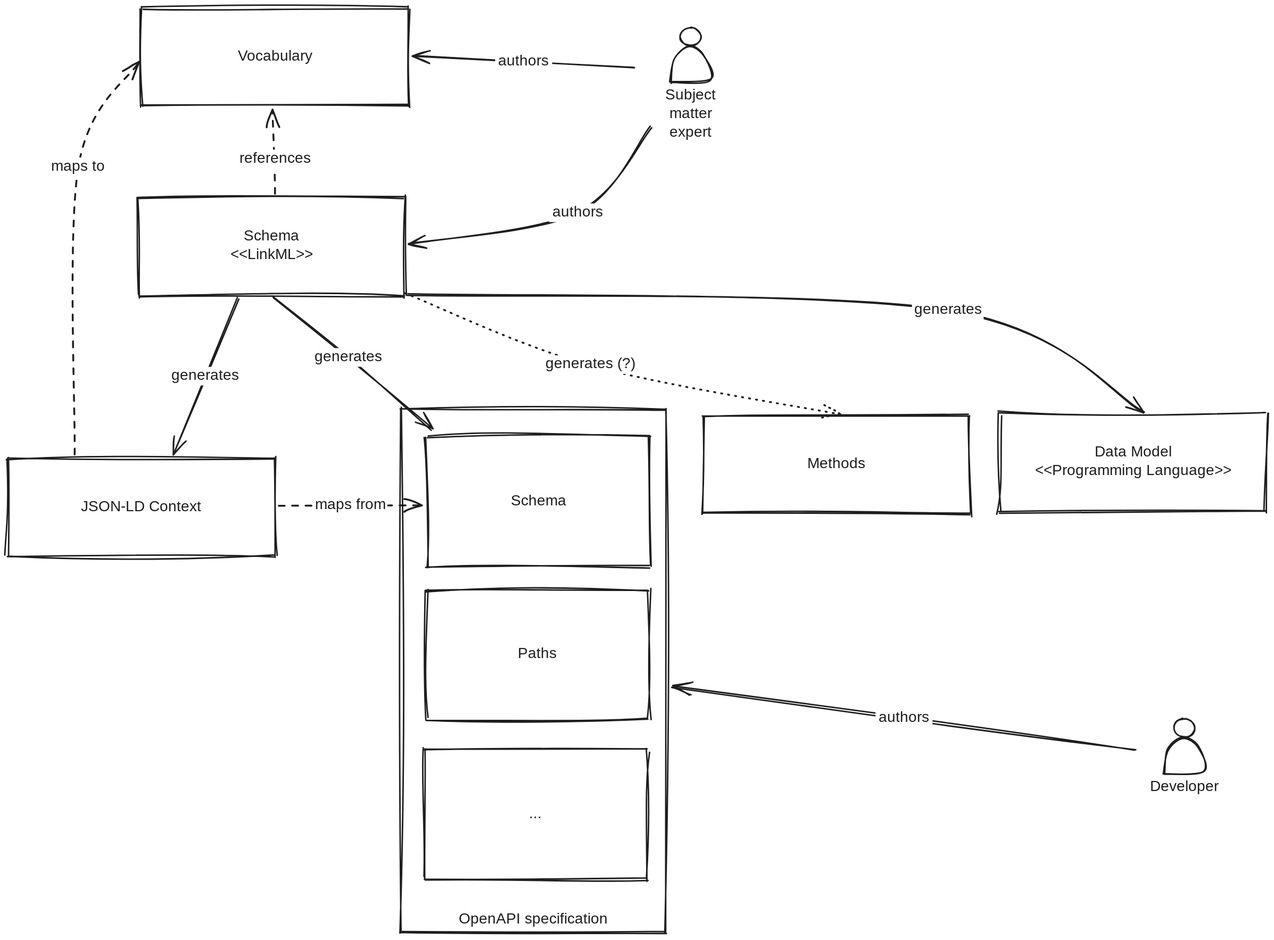
The Excalidraw diagram content/Attachments/Mapping LD URIs between Vocabularies and APIs 2024-04-30 17.38.44.excalidraw.light.svg in bartkl/bartkl.github.io, before a commit. Source tidied: one line per element, renumbered; positions are measured from the earlier drawing's top-left corner, leaving out a move shared by most shapes. Its diagram source:
```json
{"id": 0, "type": "rectangle", "strokeColor": "#1e1e1e", "strokeWidth": 2, "roughness": 2, "x": 635, "y": 538, "width": 355, "height": 704}
{"id": 1, "type": "text", "text": "OpenAPI specification", "strokeColor": "#1e1e1e", "strokeWidth": 2, "roughness": 2, "fontSize": 20, "fontFamily": 1, "textAlign": "center", "verticalAlign": "bottom", "inside": 0, "x": 707, "y": 1212, "width": 212, "height": 25}
{"id": 2, "type": "rectangle", "strokeColor": "#1e1e1e", "strokeWidth": 2, "roughness": 2, "x": 670, "y": 576, "width": 299, "height": 174}
{"id": 3, "type": "text", "text": "Schema", "strokeColor": "#1e1e1e", "strokeWidth": 2, "roughness": 2, "fontSize": 20, "fontFamily": 1, "textAlign": "center", "verticalAlign": "middle", "inside": 2, "x": 785, "y": 651, "width": 69, "height": 25}
{"id": 4, "type": "ellipse", "strokeColor": "#1e1e1e", "strokeWidth": 2, "roughness": 1, "opacity": 0, "x": 1629, "y": 949, "width": 117, "height": 117}
{"id": 5, "type": "line", "strokeColor": "#1e1e1e", "strokeWidth": 2, "roughness": 1, "round": true, "x": 1659, "y": 1029, "width": 54, "height": 48, "points": [[0, 0], [6, -32], [26, -48], [46, -36], [54, -3], [0, 0]]}
{"id": 6, "type": "ellipse", "strokeColor": "#1e1e1e", "strokeWidth": 2, "roughness": 1, "x": 1672, "y": 955, "width": 28, "height": 24}
{"id": 7, "type": "text", "text": "Developer", "strokeColor": "#1e1e1e", "strokeWidth": 2, "roughness": 1, "fontSize": 20, "fontFamily": 1, "textAlign": "center", "x": 1639, "y": 1035, "width": 94, "height": 25}
{"id": 8, "type": "arrow", "strokeColor": "#1e1e1e", "strokeWidth": 2, "roughness": 2, "endArrowhead": "arrow", "from": 4, "to": 0, "x": 1620, "y": 997, "width": 619, "height": 85, "points": [[0, 0], [-619, -85]]}
{"id": 9, "type": "text", "text": "authors", "strokeColor": "#1e1e1e", "strokeWidth": 2, "roughness": 2, "fontSize": 20, "fontFamily": 1, "textAlign": "center", "verticalAlign": "middle", "inside": 8, "x": 86, "y": 873, "width": 76, "height": 25}
{"id": 10, "type": "rectangle", "strokeColor": "#1e1e1e", "strokeWidth": 2, "roughness": 2, "x": 666, "y": 996, "width": 299, "height": 174}
{"id": 11, "type": "text", "text": "...", "strokeColor": "#1e1e1e", "strokeWidth": 2, "roughness": 2, "fontSize": 20, "fontFamily": 1, "textAlign": "center", "verticalAlign": "middle", "inside": 10, "x": 807, "y": 1071, "width": 16, "height": 25}
{"id": 12, "type": "rectangle", "strokeColor": "#1e1e1e", "strokeWidth": 2, "roughness": 2, "x": 107, "y": 605, "width": 358, "height": 132}
{"id": 13, "type": "text", "text": "JSON-LD Context", "strokeColor": "#1e1e1e", "strokeWidth": 2, "roughness": 2, "fontSize": 20, "fontFamily": 1, "textAlign": "center", "verticalAlign": "middle", "inside": 12, "x": 198, "y": 659, "width": 176, "height": 25}
{"id": 14, "type": "ellipse", "strokeColor": "#1e1e1e", "strokeWidth": 2, "roughness": 1, "opacity": 0, "x": 966, "y": 21, "width": 117, "height": 117}
{"id": 15, "type": "line", "strokeColor": "#1e1e1e", "strokeWidth": 2, "roughness": 1, "round": true, "x": 996, "y": 101, "width": 54, "height": 48, "points": [[0, 0], [6, -32], [26, -48], [46, -36], [54, -3], [0, 0]]}
{"id": 16, "type": "ellipse", "strokeColor": "#1e1e1e", "strokeWidth": 2, "roughness": 1, "x": 1010, "y": 27, "width": 28, "height": 24}
{"id": 17, "type": "text", "text": "Subject\nmatter\nexpert", "strokeColor": "#1e1e1e", "strokeWidth": 2, "roughness": 1, "fontSize": 20, "fontFamily": 1, "textAlign": "center", "x": 987, "y": 106, "width": 73, "height": 75}
{"id": 18, "type": "rectangle", "strokeColor": "#1e1e1e", "strokeWidth": 2, "roughness": 2, "x": 287, "y": 0, "width": 358, "height": 132}
{"id": 19, "type": "text", "text": "Vocabulary", "strokeColor": "#1e1e1e", "strokeWidth": 2, "roughness": 2, "fontSize": 20, "fontFamily": 1, "textAlign": "center", "verticalAlign": "middle", "inside": 18, "x": 414, "y": 54, "width": 103, "height": 25}
{"id": 20, "type": "arrow", "strokeColor": "#1e1e1e", "strokeWidth": 2, "roughness": 1, "endArrowhead": "arrow", "round": true, "from": 14, "to": 18, "x": 947, "y": 80, "width": 295, "height": 14, "points": [[0, 0], [-295, -14]]}
{"id": 21, "type": "text", "text": "authors", "strokeColor": "#1e1e1e", "strokeWidth": 2, "roughness": 1, "fontSize": 20, "fontFamily": 1, "textAlign": "center", "verticalAlign": "middle", "inside": 20, "x": 744, "y": 164, "width": 76, "height": 25}
{"id": 22, "type": "rectangle", "strokeColor": "#1e1e1e", "strokeWidth": 2, "roughness": 2, "x": 282, "y": 254, "width": 358, "height": 132}
{"id": 23, "type": "text", "text": "Schema\n<<LinkML>>", "strokeColor": "#1e1e1e", "strokeWidth": 2, "roughness": 1, "fontSize": 20, "fontFamily": 1, "textAlign": "center", "verticalAlign": "middle", "inside": 22, "x": 408, "y": 295, "width": 106, "height": 50}
{"id": 24, "type": "arrow", "strokeColor": "#1e1e1e", "strokeWidth": 2, "roughness": 1, "endArrowhead": "arrow", "round": true, "from": 17, "to": 22, "x": 970, "y": 160, "width": 326, "height": 158, "points": [[0, 0], [-98, 115], [-326, 158]]}
{"id": 25, "type": "text", "text": "authors", "strokeColor": "#1e1e1e", "strokeWidth": 2, "roughness": 1, "fontSize": 20, "fontFamily": 1, "textAlign": "center", "verticalAlign": "middle", "inside": 24, "x": 752, "y": 289, "width": 76, "height": 25}
{"id": 26, "type": "arrow", "strokeColor": "#1e1e1e", "strokeWidth": 2, "strokeStyle": "dashed", "roughness": 1, "endArrowhead": "arrow", "round": true, "from": 22, "to": 18, "x": 465, "y": 251, "width": 2, "height": 115, "points": [[0, 0], [1, -48], [-1, -115]]}
{"id": 27, "type": "text", "text": "references", "strokeColor": "#1e1e1e", "strokeWidth": 2, "strokeStyle": "dashed", "roughness": 1, "fontSize": 20, "fontFamily": 1, "textAlign": "center", "verticalAlign": "middle", "inside": 26, "x": 414, "y": 196, "width": 101, "height": 25}
{"id": 28, "type": "arrow", "strokeColor": "#1e1e1e", "strokeWidth": 2, "strokeStyle": "dashed", "roughness": 1, "endArrowhead": "arrow", "round": true, "from": 12, "to": 18, "x": 196, "y": 601, "width": 88, "height": 527, "points": [[0, 0], [5, -387], [88, -527]]}
{"id": 29, "type": "text", "text": "maps to", "strokeColor": "#1e1e1e", "strokeWidth": 2, "roughness": 1, "fontSize": 20, "fontFamily": 1, "textAlign": "center", "verticalAlign": "middle", "inside": 28, "x": 0, "y": 125, "width": 79, "height": 25}
{"id": 30, "type": "rectangle", "strokeColor": "#1e1e1e", "strokeWidth": 2, "roughness": 2, "x": 668, "y": 782, "width": 299, "height": 174}
{"id": 31, "type": "text", "text": "Paths", "strokeColor": "#1e1e1e", "strokeWidth": 2, "roughness": 2, "fontSize": 20, "fontFamily": 1, "textAlign": "center", "verticalAlign": "middle", "inside": 30, "x": 788, "y": 856, "width": 59, "height": 25}
{"id": 32, "type": "arrow", "strokeColor": "#1e1e1e", "strokeWidth": 2, "roughness": 1, "endArrowhead": "arrow", "round": true, "from": 22, "to": 2, "x": 463, "y": 388, "width": 214, "height": 179, "points": [[0, 0], [101, 82], [214, 179]]}
{"id": 33, "type": "text", "text": "generates", "strokeColor": "#1e1e1e", "strokeWidth": 2, "strokeStyle": "dashed", "roughness": 1, "fontSize": 20, "fontFamily": 1, "textAlign": "center", "verticalAlign": "middle", "inside": 32, "x": 415, "y": 429, "width": 96, "height": 25}
{"id": 34, "type": "arrow", "strokeColor": "#1e1e1e", "strokeWidth": 2, "roughness": 1, "endArrowhead": "arrow", "round": true, "from": 22, "to": 12, "x": 416, "y": 391, "width": 87, "height": 209, "points": [[0, 0], [-87, 209]]}
{"id": 35, "type": "text", "text": "generates", "strokeColor": "#1e1e1e", "strokeWidth": 2, "roughness": 1, "fontSize": 20, "fontFamily": 1, "textAlign": "center", "verticalAlign": "middle", "inside": 34, "x": 125, "y": 364, "width": 96, "height": 25}
{"id": 36, "type": "rectangle", "strokeColor": "#1e1e1e", "strokeWidth": 2, "roughness": 2, "x": 1439, "y": 544, "width": 358, "height": 132}
{"id": 37, "type": "text", "text": "Data Model\n<<Programming Language>>", "strokeColor": "#1e1e1e", "strokeWidth": 2, "roughness": 2, "fontSize": 20, "fontFamily": 1, "textAlign": "center", "verticalAlign": "middle", "inside": 36, "x": 1489, "y": 586, "width": 258, "height": 50}
{"id": 38, "type": "rectangle", "strokeColor": "#1e1e1e", "strokeWidth": 2, "roughness": 2, "x": 1041, "y": 548, "width": 358, "height": 132}
{"id": 39, "type": "text", "text": "Methods", "strokeColor": "#1e1e1e", "strokeWidth": 2, "roughness": 2, "fontSize": 20, "fontFamily": 1, "textAlign": "center", "verticalAlign": "middle", "inside": 38, "x": 1179, "y": 601, "width": 81, "height": 25}
{"id": 40, "type": "arrow", "strokeColor": "#1e1e1e", "strokeWidth": 2, "roughness": 1, "endArrowhead": "arrow", "round": true, "from": 22, "to": 36, "x": 644, "y": 385, "width": 989, "height": 159, "points": [[0, 0], [725, 21], [989, 159]]}
{"id": 41, "type": "text", "text": "generates", "strokeColor": "#1e1e1e", "strokeWidth": 2, "roughness": 1, "fontSize": 20, "fontFamily": 1, "textAlign": "center", "verticalAlign": "middle", "inside": 40, "x": 54, "y": 579, "width": 96, "height": 25}
{"id": 42, "type": "arrow", "strokeColor": "#1e1e1e", "strokeWidth": 2, "strokeStyle": "dashed", "roughness": 1, "endArrowhead": "arrow", "round": true, "from": 12, "to": 2, "x": 471, "y": 670, "width": 193, "height": 2, "points": [[0, 0], [193, -2]]}
{"id": 43, "type": "text", "text": "maps from", "strokeColor": "#1e1e1e", "strokeWidth": 2, "roughness": 1, "fontSize": 20, "fontFamily": 1, "textAlign": "center", "verticalAlign": "middle", "inside": 42, "x": 545, "y": 656, "width": 99, "height": 25}
{"id": 44, "type": "arrow", "strokeColor": "#1e1e1e", "strokeWidth": 2, "strokeStyle": "dotted", "roughness": 1, "endArrowhead": "arrow", "round": true, "from": 22, "to": 38, "x": 641, "y": 385, "width": 585, "height": 162, "points": [[0, 0], [248, 95], [585, 162]]}
{"id": 45, "type": "text", "text": "generates (?)", "strokeColor": "#1e1e1e", "strokeWidth": 2, "strokeStyle": "dashed", "roughness": 1, "fontSize": 20, "fontFamily": 1, "textAlign": "center", "verticalAlign": "middle", "inside": 44, "x": 868, "y": 453, "width": 131, "height": 25}
```
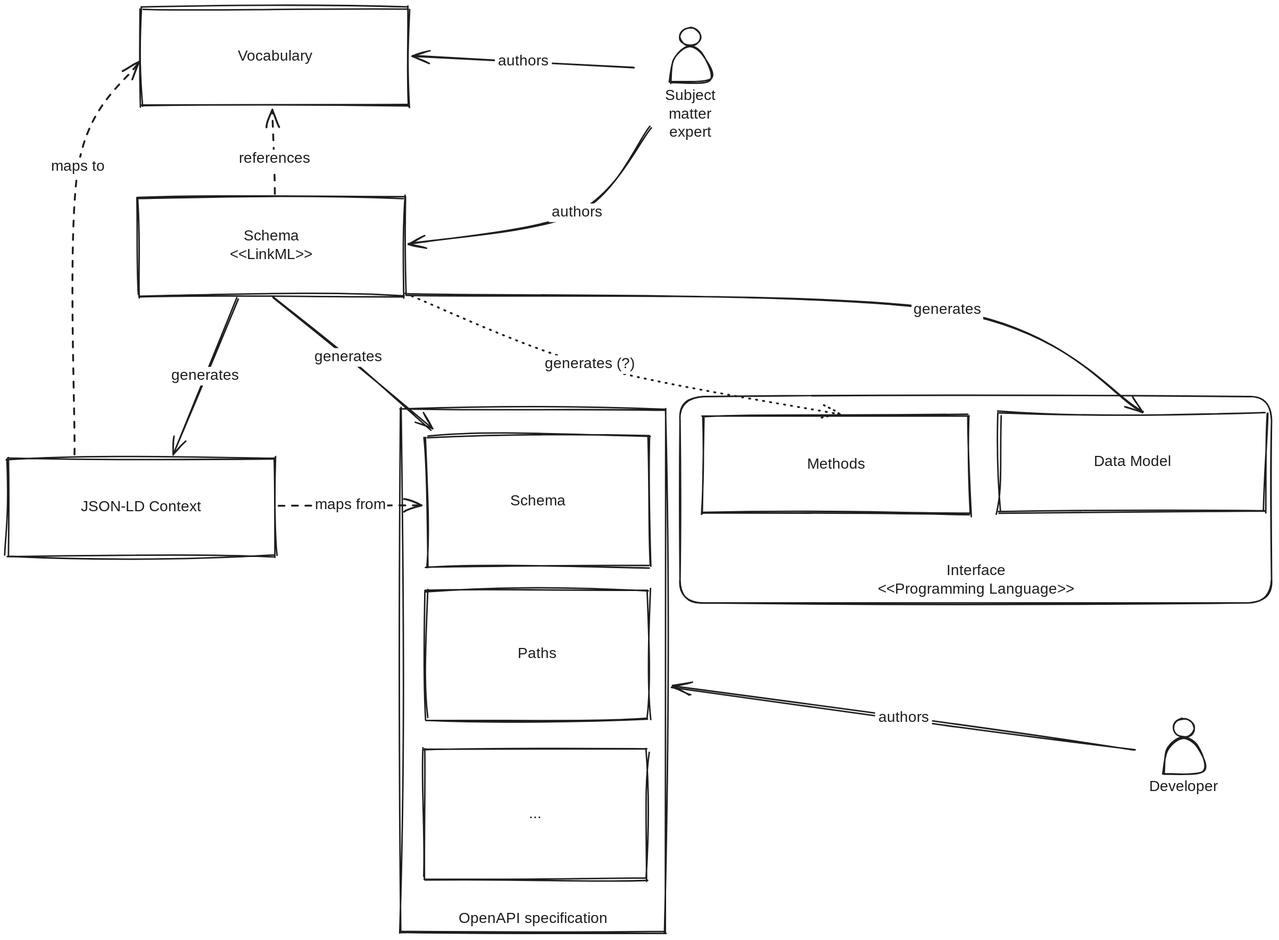
Above is the later version.

Change to the diagram source:
```diff
@@ -32,15 +32,17 @@
 {"id": 31, "type": "text", "text": "Paths", "strokeColor": "#1e1e1e", "strokeWidth": 2, "roughness": 2, "fontSize": 20, "fontFamily": 1, "textAlign": "center", "verticalAlign": "middle", "inside": 30, "x": 788, "y": 856, "width": 59, "height": 25}
 {"id": 32, "type": "arrow", "strokeColor": "#1e1e1e", "strokeWidth": 2, "roughness": 1, "endArrowhead": "arrow", "round": true, "from": 22, "to": 2, "x": 463, "y": 388, "width": 214, "height": 179, "points": [[0, 0], [101, 82], [214, 179]]}
 {"id": 33, "type": "text", "text": "generates", "strokeColor": "#1e1e1e", "strokeWidth": 2, "strokeStyle": "dashed", "roughness": 1, "fontSize": 20, "fontFamily": 1, "textAlign": "center", "verticalAlign": "middle", "inside": 32, "x": 415, "y": 429, "width": 96, "height": 25}
-{"id": 34, "type": "arrow", "strokeColor": "#1e1e1e", "strokeWidth": 2, "roughness": 1, "endArrowhead": "arrow", "round": true, "from": 22, "to": 12, "x": 416, "y": 391, "width": 87, "height": 209, "points": [[0, 0], [-87, 209]]}
+{"id": 34, "type": "arrow", "strokeColor": "#1e1e1e", "strokeWidth": 2, "roughness": 1, "endArrowhead": "arrow", "round": true, "from": 22, "to": 12, "x": 415, "y": 391, "width": 86, "height": 209, "points": [[0, 0], [-86, 209]]}
 {"id": 35, "type": "text", "text": "generates", "strokeColor": "#1e1e1e", "strokeWidth": 2, "roughness": 1, "fontSize": 20, "fontFamily": 1, "textAlign": "center", "verticalAlign": "middle", "inside": 34, "x": 125, "y": 364, "width": 96, "height": 25}
 {"id": 36, "type": "rectangle", "strokeColor": "#1e1e1e", "strokeWidth": 2, "roughness": 2, "x": 1439, "y": 544, "width": 358, "height": 132}
-{"id": 37, "type": "text", "text": "Data Model\n<<Programming Language>>", "strokeColor": "#1e1e1e", "strokeWidth": 2, "roughness": 2, "fontSize": 20, "fontFamily": 1, "textAlign": "center", "verticalAlign": "middle", "inside": 36, "x": 1489, "y": 586, "width": 258, "height": 50}
+{"id": 37, "type": "text", "text": "Data Model", "strokeColor": "#1e1e1e", "strokeWidth": 2, "roughness": 2, "fontSize": 20, "fontFamily": 1, "textAlign": "center", "verticalAlign": "middle", "inside": 36, "x": 1559, "y": 598, "width": 118, "height": 25}
 {"id": 38, "type": "rectangle", "strokeColor": "#1e1e1e", "strokeWidth": 2, "roughness": 2, "x": 1041, "y": 548, "width": 358, "height": 132}
 {"id": 39, "type": "text", "text": "Methods", "strokeColor": "#1e1e1e", "strokeWidth": 2, "roughness": 2, "fontSize": 20, "fontFamily": 1, "textAlign": "center", "verticalAlign": "middle", "inside": 38, "x": 1179, "y": 601, "width": 81, "height": 25}
-{"id": 40, "type": "arrow", "strokeColor": "#1e1e1e", "strokeWidth": 2, "roughness": 1, "endArrowhead": "arrow", "round": true, "from": 22, "to": 36, "x": 644, "y": 385, "width": 989, "height": 159, "points": [[0, 0], [725, 21], [989, 159]]}
+{"id": 40, "type": "arrow", "strokeColor": "#1e1e1e", "strokeWidth": 2, "roughness": 1, "endArrowhead": "arrow", "round": true, "from": 22, "to": 36, "x": 644, "y": 385, "width": 988, "height": 158, "points": [[0, 0], [725, 21], [988, 158]]}
 {"id": 41, "type": "text", "text": "generates", "strokeColor": "#1e1e1e", "strokeWidth": 2, "roughness": 1, "fontSize": 20, "fontFamily": 1, "textAlign": "center", "verticalAlign": "middle", "inside": 40, "x": 54, "y": 579, "width": 96, "height": 25}
 {"id": 42, "type": "arrow", "strokeColor": "#1e1e1e", "strokeWidth": 2, "strokeStyle": "dashed", "roughness": 1, "endArrowhead": "arrow", "round": true, "from": 12, "to": 2, "x": 471, "y": 670, "width": 193, "height": 2, "points": [[0, 0], [193, -2]]}
 {"id": 43, "type": "text", "text": "maps from", "strokeColor": "#1e1e1e", "strokeWidth": 2, "roughness": 1, "fontSize": 20, "fontFamily": 1, "textAlign": "center", "verticalAlign": "middle", "inside": 42, "x": 545, "y": 656, "width": 99, "height": 25}
-{"id": 44, "type": "arrow", "strokeColor": "#1e1e1e", "strokeWidth": 2, "strokeStyle": "dotted", "roughness": 1, "endArrowhead": "arrow", "round": true, "from": 22, "to": 38, "x": 641, "y": 385, "width": 585, "height": 162, "points": [[0, 0], [248, 95], [585, 162]]}
+{"id": 44, "type": "arrow", "strokeColor": "#1e1e1e", "strokeWidth": 2, "strokeStyle": "dotted", "roughness": 1, "endArrowhead": "arrow", "round": true, "from": 22, "to": 38, "x": 641, "y": 385, "width": 584, "height": 161, "points": [[0, 0], [248, 95], [584, 161]]}
 {"id": 45, "type": "text", "text": "generates (?)", "strokeColor": "#1e1e1e", "strokeWidth": 2, "strokeStyle": "dashed", "roughness": 1, "fontSize": 20, "fontFamily": 1, "textAlign": "center", "verticalAlign": "middle", "inside": 44, "x": 868, "y": 453, "width": 131, "height": 25}
+{"id": 46, "type": "rectangle", "strokeColor": "#1e1e1e", "strokeWidth": 2, "roughness": 1, "round": true, "x": 1010, "y": 523, "width": 794, "height": 277}
+{"id": 47, "type": "text", "text": "Interface\n<<Programming Language>>", "strokeColor": "#1e1e1e", "strokeWidth": 2, "roughness": 1, "fontSize": 20, "fontFamily": 1, "textAlign": "center", "verticalAlign": "bottom", "inside": 46, "x": 1278, "y": 745, "width": 258, "height": 50}
```
